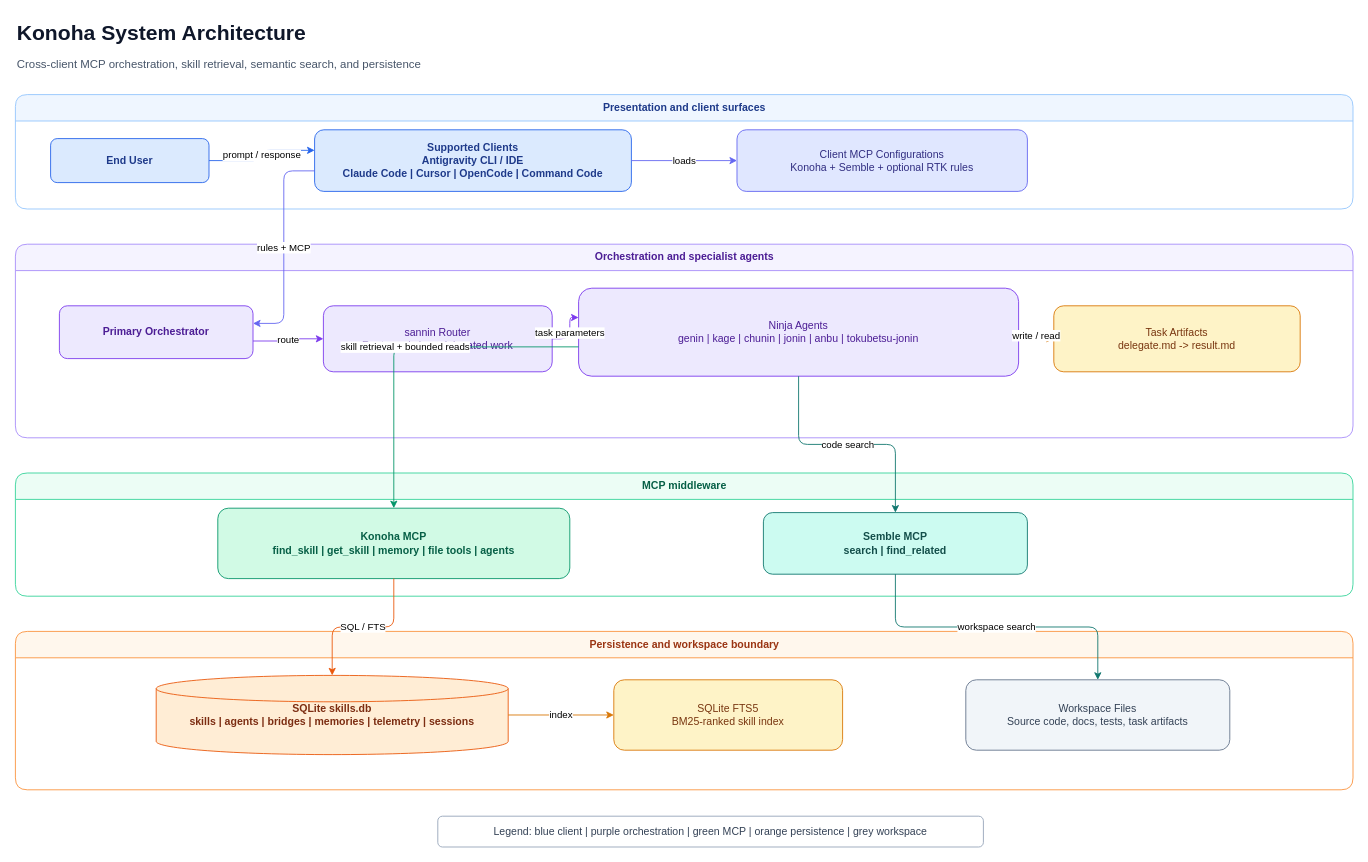
Before: page "01 System Architecture" (1 of 11) of docs/diagrams/konoha-architecture.drawio in andycungkrinx91/konoha, a draw.io diagram. Source tidied: cells renumbered, new cells numbered last; positions are measured from the earlier drawing's top-left corner, leaving out a move shared by most shapes. Both pictures are drawn from the tidied source at 88%, with x=0, y=0 at pixel (15, 15).
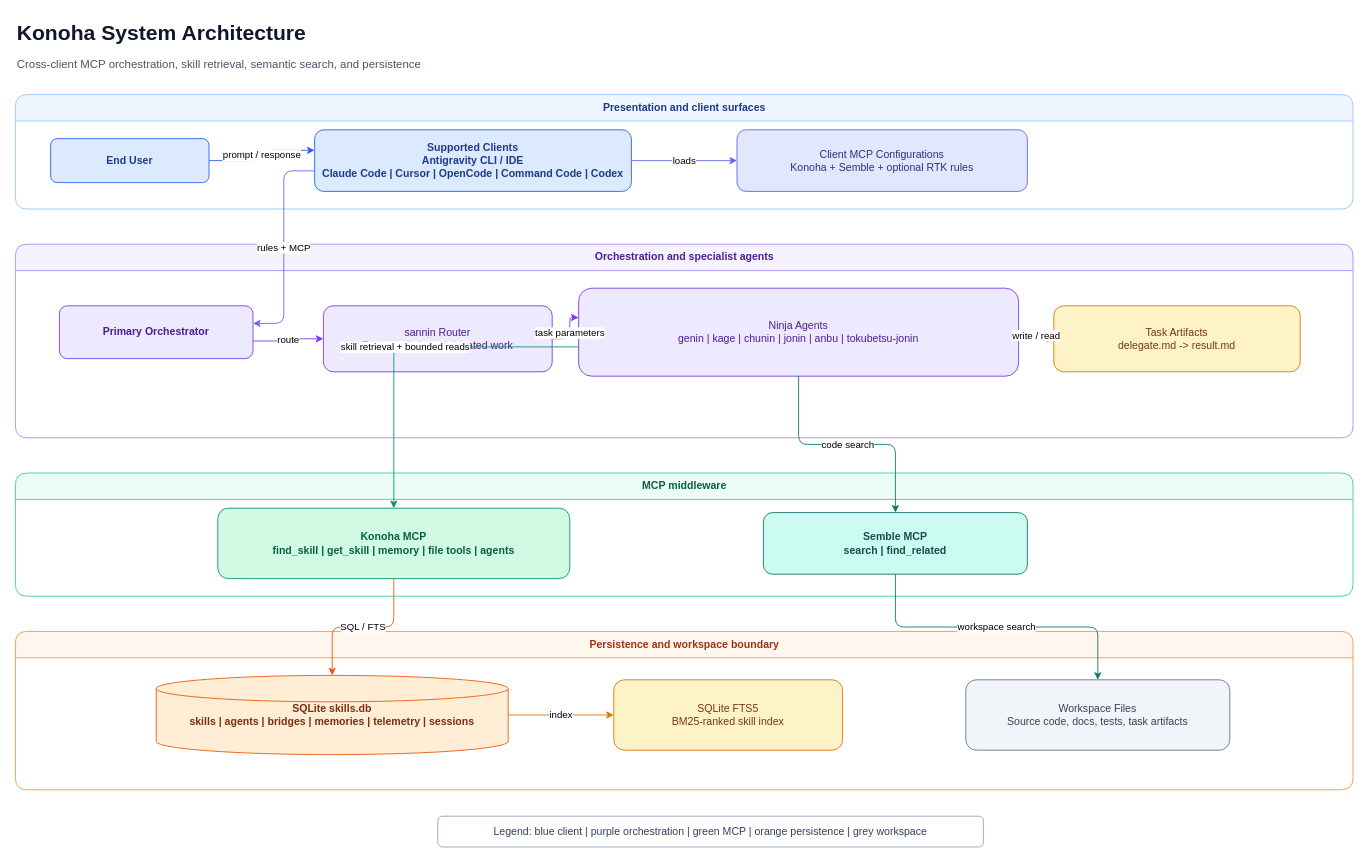
The same page after the edit.

The change refers to these unchanged cells:
```xml
<mxCell id="4" value="Presentation and client surfaces" style="swimlane;html=1;rounded=1;startSize=30;fillColor=#eff6ff;strokeColor=#93c5fd;fontColor=#1e3a8a;fontStyle=1;" parent="1" vertex="1">
  <mxGeometry y="90" width="1520" height="130" as="geometry" />
</mxCell>
```

Change to the diagram source:
```diff
@@
-    <mxCell id="6" value="Supported Clients&#10;Antigravity CLI / IDE&#10;Claude Code | Cursor | OpenCode | Command Code" style="rounded=1;html=1;whiteSpace=wrap;fillColor=#dbeafe;strokeColor=#2563eb;fontColor=#1e3a8a;fontStyle=1;" parent="4" vertex="1">
+    <mxCell id="6" value="Supported Clients&#10;Antigravity CLI / IDE&#10;Claude Code | Cursor | OpenCode | Command Code | Codex" style="rounded=1;html=1;whiteSpace=wrap;fillColor=#dbeafe;strokeColor=#2563eb;fontColor=#1e3a8a;fontStyle=1;" parent="4" vertex="1">
       <mxGeometry x="340" y="40" width="360" height="70" as="geometry" />
     </mxCell>
```
